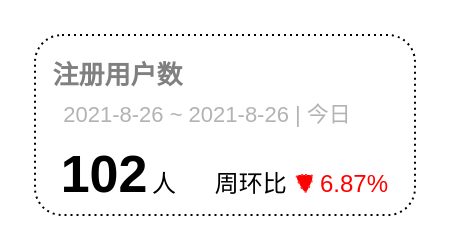
Earlier version of the draw.io diagram page "Page-1" (1 of 2) of git-static/diagram.drawio (LonelVino/CDN). Source tidied: cells renumbered, new cells numbered last; positions are measured from the earlier drawing's top-left corner, leaving out a move shared by most shapes. Both pictures are drawn from the tidied source at 200%, with x=0, y=0 at pixel (34, 34).
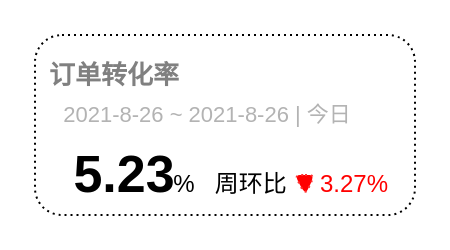
Above is the later version.

What changed in the source:
```diff
@@
 <mxGraphModel>
   <root>
     <mxCell id="0" />
     <mxCell id="1" parent="0" />
     <mxCell id="2" style="rounded=1;whiteSpace=wrap;html=1;dashed=1;dashPattern=1 2;" parent="1" vertex="1">
       <mxGeometry width="190" height="90" as="geometry" />
     </mxCell>
-    <mxCell id="3" value="&lt;b&gt;&lt;font style=&quot;font-size: 13px&quot; color=&quot;#808080&quot;&gt;&amp;nbsp;注册用户数&lt;/font&gt;&lt;/b&gt;" style="text;html=1;strokeColor=none;fillColor=none;align=center;verticalAlign=middle;whiteSpace=wrap;rounded=0;dashed=1;dashPattern=1 2;" parent="1" vertex="1">
+    <mxCell id="3" value="&lt;font color=&quot;#808080&quot;&gt;&lt;span style=&quot;font-size: 13px&quot;&gt;&lt;b&gt;订单转化率&lt;/b&gt;&lt;/span&gt;&lt;/font&gt;" style="text;html=1;strokeColor=none;fillColor=none;align=center;verticalAlign=middle;whiteSpace=wrap;rounded=0;dashed=1;dashPattern=1 2;" parent="1" vertex="1">
       <mxGeometry y="10" width="80" height="20" as="geometry" />
     </mxCell>
     <mxCell id="4" value="&lt;font style=&quot;font-size: 11px&quot; color=&quot;#b3b3b3&quot;&gt;&amp;nbsp;2021-8-26 ~ 2021-8-26 | 今日&lt;/font&gt;" style="text;html=1;strokeColor=none;fillColor=none;align=center;verticalAlign=middle;whiteSpace=wrap;rounded=0;dashed=1;dashPattern=1 2;" parent="1" vertex="1">
       <mxGeometry y="30" width="170" height="20" as="geometry" />
     </mxCell>
-    <mxCell id="5" value="&lt;font size=&quot;1&quot;&gt;&lt;b style=&quot;font-size: 26px&quot;&gt;102&lt;/b&gt;&lt;/font&gt;" style="text;html=1;strokeColor=none;fillColor=none;align=center;verticalAlign=middle;whiteSpace=wrap;rounded=0;dashed=1;dashPattern=1 2;" parent="1" vertex="1">
-      <mxGeometry x="20" y="60" width="30" height="20" as="geometry" />
+    <mxCell id="5" value="&lt;font size=&quot;1&quot;&gt;&lt;b style=&quot;font-size: 26px&quot;&gt;5.23&lt;/b&gt;&lt;/font&gt;" style="text;html=1;strokeColor=none;fillColor=none;align=center;verticalAlign=middle;whiteSpace=wrap;rounded=0;dashed=1;dashPattern=1 2;" parent="1" vertex="1">
+      <mxGeometry x="30" y="60" width="30" height="20" as="geometry" />
     </mxCell>
-    <mxCell id="6" value="人" style="text;html=1;strokeColor=none;fillColor=none;align=center;verticalAlign=middle;whiteSpace=wrap;rounded=0;dashed=1;dashPattern=1 2;" parent="1" vertex="1">
-      <mxGeometry x="50" y="70" width="30" height="10" as="geometry" />
+    <mxCell id="6" value="%" style="text;html=1;strokeColor=none;fillColor=none;align=center;verticalAlign=middle;whiteSpace=wrap;rounded=0;dashed=1;dashPattern=1 2;" parent="1" vertex="1">
+      <mxGeometry x="60" y="70" width="30" height="10" as="geometry" />
     </mxCell>
     <mxCell id="7" value="周环比&amp;nbsp;" style="text;html=1;strokeColor=none;fillColor=none;align=center;verticalAlign=middle;whiteSpace=wrap;rounded=0;dashed=1;dashPattern=1 2;" parent="1" vertex="1">
       <mxGeometry x="80" y="70" width="60" height="10" as="geometry" />
     </mxCell>
     <mxCell id="8" style="triangle;whiteSpace=wrap;html=1;rounded=1;dashed=1;dashPattern=1 2;rotation=90;arcSize=35;strokeColor=#FF3333;fillColor=#FF0000;" parent="1" vertex="1">
       <mxGeometry x="130" y="70" width="10" height="10" as="geometry" />
     </mxCell>
-    <mxCell id="9" value="6.87%" style="text;html=1;strokeColor=none;fillColor=none;align=center;verticalAlign=middle;whiteSpace=wrap;rounded=0;dashed=1;dashPattern=1 2;fontColor=#FF0000;" parent="1" vertex="1">
+    <mxCell id="9" value="3.27%" style="text;html=1;strokeColor=none;fillColor=none;align=center;verticalAlign=middle;whiteSpace=wrap;rounded=0;dashed=1;dashPattern=1 2;fontColor=#FF0000;" parent="1" vertex="1">
       <mxGeometry x="140" y="65" width="40" height="20" as="geometry" />
     </mxCell>
   </root>
 </mxGraphModel>
```
